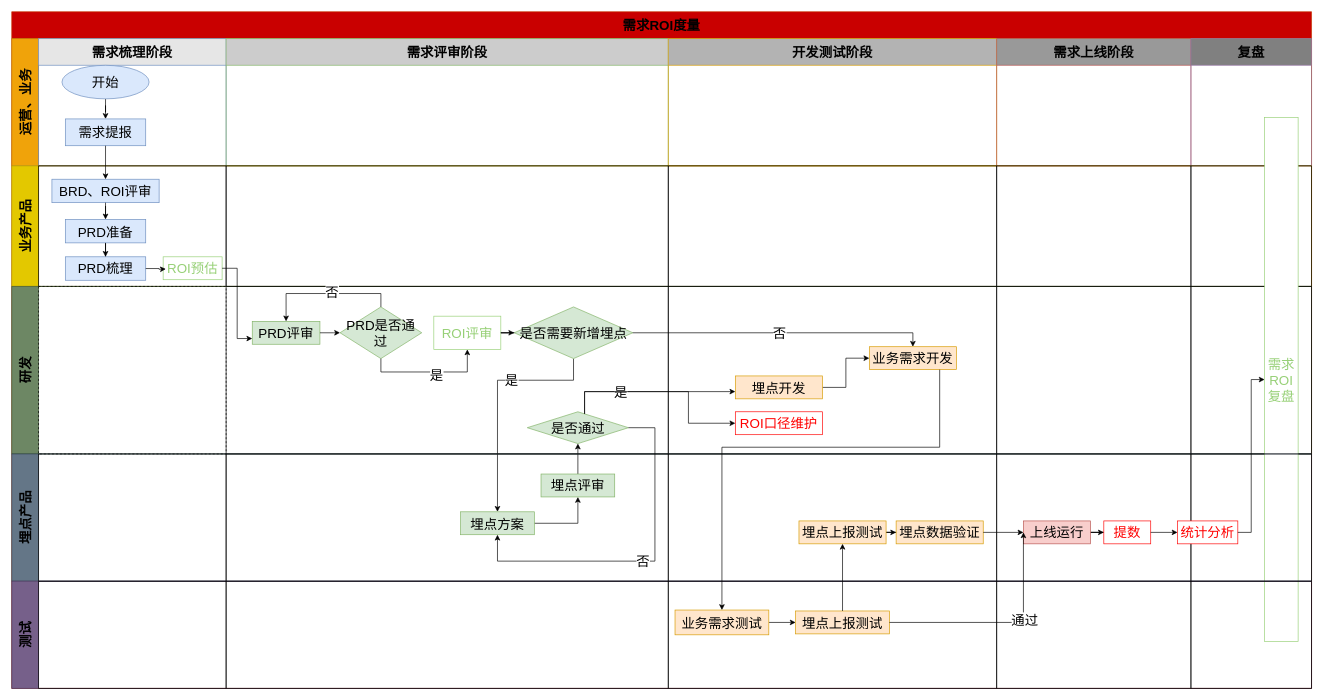
Earlier version of the draw.io diagram page "职能流程图" (2 of 7) of 需求ROI评估.drawio (lihongliang1989/diagram). Source tidied: cells renumbered, new cells numbered last; positions are measured from the earlier drawing's top-left corner, leaving out a move shared by most shapes. Both pictures are drawn from the tidied source at 67%, with x=0, y=0 at pixel (11, 11).
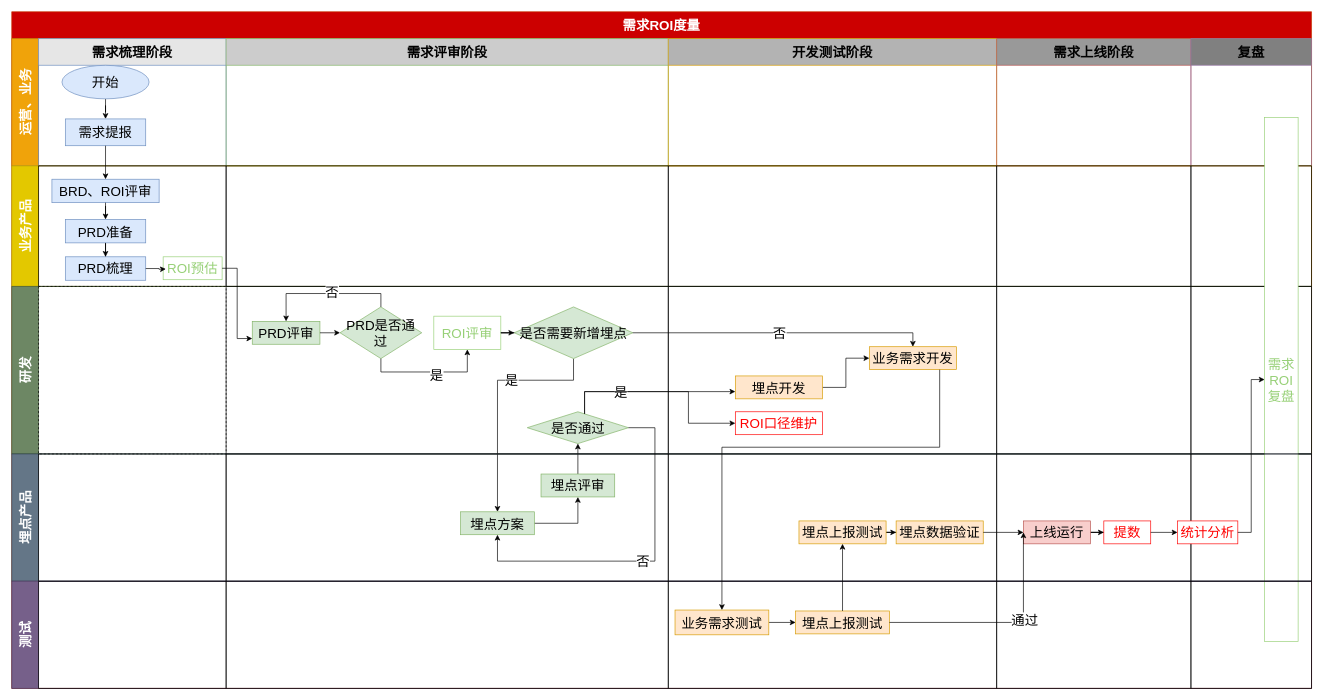
The same page after the edit.

The edit, as a diff of the source:
```diff
@@
-    <mxCell id="2" value="需求ROI度量" style="shape=table;childLayout=tableLayout;rowLines=0;columnLines=0;startSize=40;html=1;whiteSpace=wrap;fontStyle=1;fontSize=20;strokeColor=#C73500;fontColor=#000000;fillColor=#C90000;" parent="1" vertex="1">
+    <mxCell id="2" value="需求ROI度量" style="shape=table;childLayout=tableLayout;rowLines=0;columnLines=0;startSize=40;html=1;whiteSpace=wrap;fontStyle=1;fontSize=20;strokeColor=#C73500;fillColor=#CC0000;fontColor=#FFFFFF;" parent="1" vertex="1">
       <mxGeometry width="1940" height="1010" as="geometry" />
     </mxCell>
-    <mxCell id="3" value="&lt;font style=&quot;font-size: 20px;&quot;&gt;运营、业务&lt;/font&gt;" style="swimlane;horizontal=0;startSize=40;html=1;whiteSpace=wrap;fontSize=20;fillColor=#f0a30a;strokeColor=#BD7000;fontColor=#000000;" parent="2" vertex="1">
+    <mxCell id="3" value="&lt;font style=&quot;font-size: 20px;&quot;&gt;运营、业务&lt;/font&gt;" style="swimlane;horizontal=0;startSize=40;html=1;whiteSpace=wrap;fontSize=20;fillColor=#f0a30a;strokeColor=#BD7000;fontColor=#FFFFFF;" parent="2" vertex="1">
       <mxGeometry y="40" width="1940" height="190" as="geometry" />
     </mxCell>
@@
-    <mxCell id="12" value="&lt;font style=&quot;font-size: 20px;&quot;&gt;业务产品&lt;/font&gt;" style="swimlane;horizontal=0;startSize=40;html=1;whiteSpace=wrap;fontSize=20;fillColor=#e3c800;strokeColor=#B09500;fontColor=#000000;" parent="2" vertex="1">
+    <mxCell id="12" value="&lt;font style=&quot;font-size: 20px;&quot;&gt;业务产品&lt;/font&gt;" style="swimlane;horizontal=0;startSize=40;html=1;whiteSpace=wrap;fontSize=20;fillColor=#e3c800;strokeColor=#B09500;fontColor=#FFFFFF;" parent="2" vertex="1">
       <mxGeometry y="230" width="1940" height="180" as="geometry" />
     </mxCell>
@@
-    <mxCell id="28" value="&lt;font style=&quot;font-size: 20px;&quot;&gt;研发&lt;/font&gt;" style="swimlane;horizontal=0;startSize=40;html=1;whiteSpace=wrap;fontSize=20;fillColor=#6d8764;strokeColor=#3A5431;" parent="2" vertex="1">
+    <mxCell id="28" value="&lt;font style=&quot;font-size: 20px;&quot;&gt;研发&lt;/font&gt;" style="swimlane;horizontal=0;startSize=40;html=1;whiteSpace=wrap;fontSize=20;fillColor=#6d8764;strokeColor=#3A5431;fontColor=#FFFFFF;" parent="2" vertex="1">
       <mxGeometry y="410" width="1940" height="250" as="geometry" />
     </mxCell>
@@
-    <mxCell id="54" value="&lt;font style=&quot;font-size: 20px;&quot;&gt;埋点产品&lt;/font&gt;" style="swimlane;horizontal=0;startSize=40;html=1;whiteSpace=wrap;fontSize=20;fillColor=#647687;strokeColor=#314354;" parent="2" vertex="1">
+    <mxCell id="54" value="&lt;font style=&quot;font-size: 20px;&quot;&gt;埋点产品&lt;/font&gt;" style="swimlane;horizontal=0;startSize=40;html=1;whiteSpace=wrap;fontSize=20;fillColor=#647687;strokeColor=#314354;fontColor=#FFFFFF;" parent="2" vertex="1">
       <mxGeometry y="660" width="1940" height="190" as="geometry" />
     </mxCell>
@@
-    <mxCell id="72" value="&lt;font style=&quot;font-size: 20px;&quot;&gt;测试&lt;/font&gt;" style="swimlane;horizontal=0;startSize=40;html=1;whiteSpace=wrap;fontSize=20;fillColor=#76608a;strokeColor=#432D57;" parent="2" vertex="1">
+    <mxCell id="72" value="&lt;font style=&quot;font-size: 20px;&quot;&gt;测试&lt;/font&gt;" style="swimlane;horizontal=0;startSize=40;html=1;whiteSpace=wrap;fontSize=20;fillColor=#76608a;strokeColor=#432D57;fontColor=#FFFFFF;" parent="2" vertex="1">
       <mxGeometry y="850" width="1940" height="160" as="geometry" />
     </mxCell>
```
